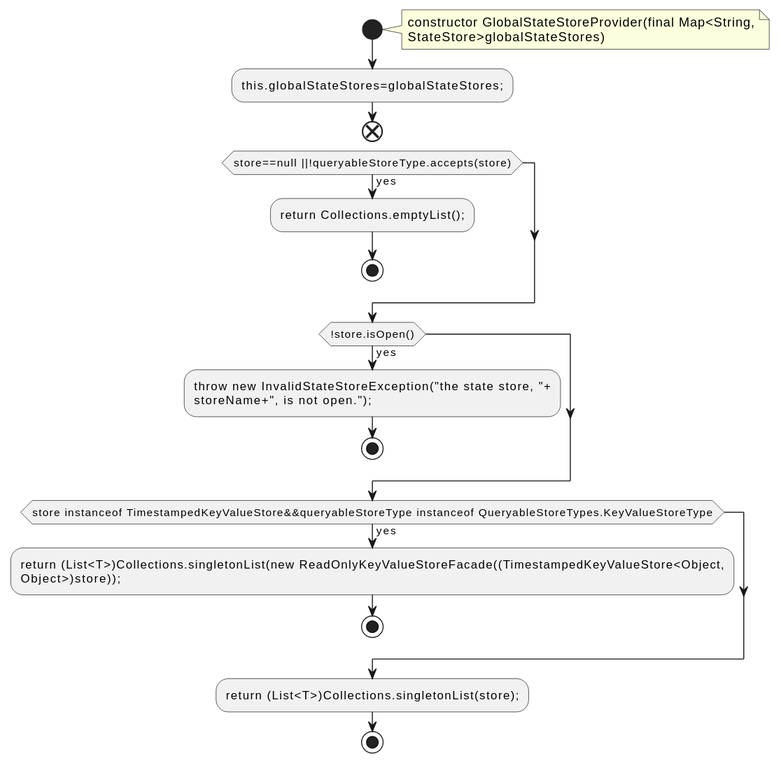
This is docs/qc/streams/src/main/java/org/apache/kafka/streams/state/internals/GlobalStateStoreProvider.java.fct.svg from qualitesys/kafka, a PlantUML export, as it was before one commit.
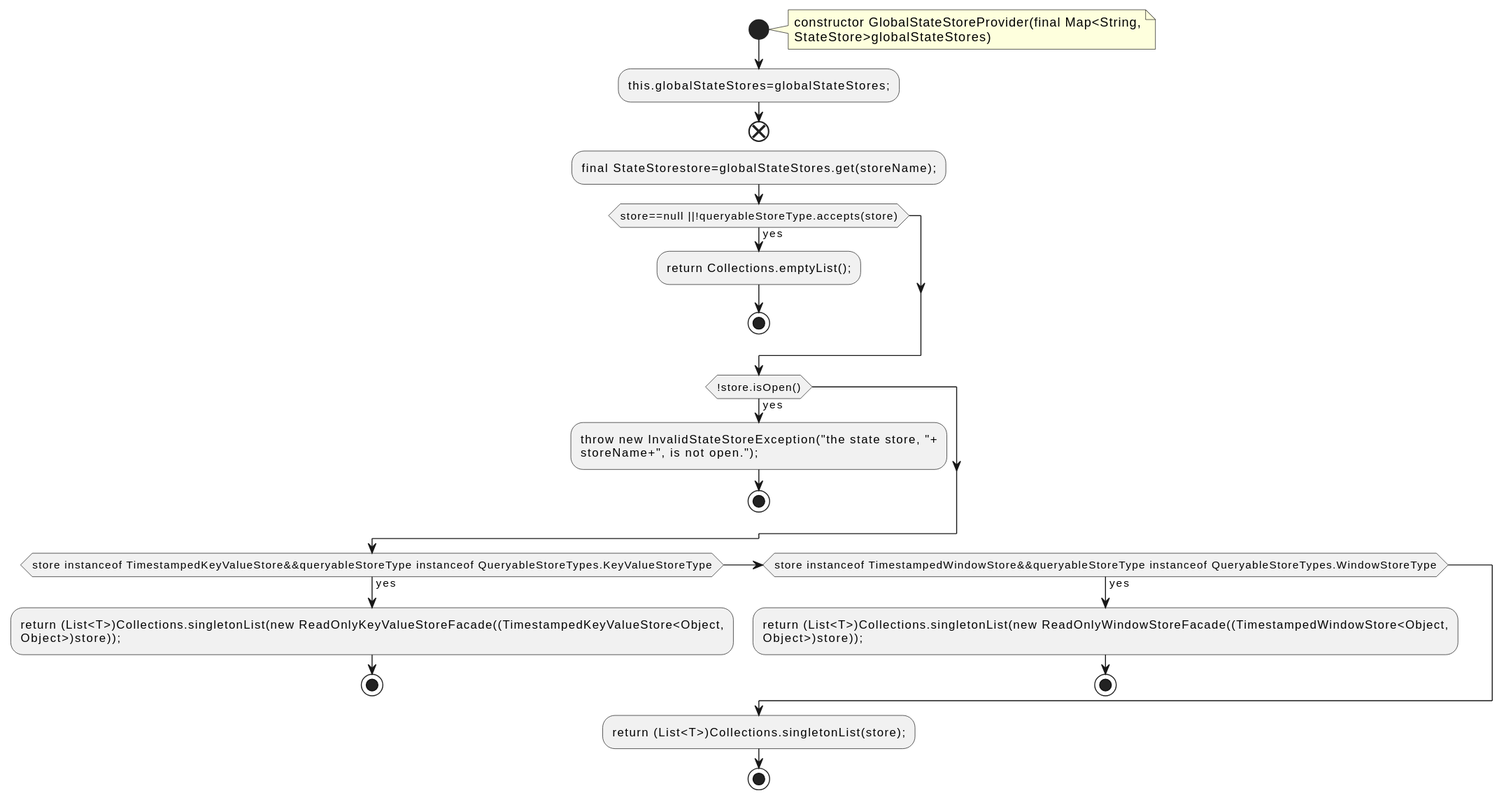
After the commit.

The edit, as a diff of the source:
```diff
@@ -7,6 +7,7 @@
 end note
 :this.globalStateStores=globalStateStores;;
 end
+:final StateStorestore=globalStateStores.get(storeName);;
 if (store==null ||!queryableStoreType.accepts(store)) then (yes)
 :return Collections.emptyList();;
 stop
@@ -20,6 +21,10 @@
 :return (List<T>)Collections.singletonList(new ReadOnlyKeyValueStoreFacade((TimestampedKeyValueStore<Object,
 Object>)store));;
 stop
+else if (store instanceof TimestampedWindowStore&&queryableStoreType instanceof QueryableStoreTypes.WindowStoreType) then (yes)
+:return (List<T>)Collections.singletonList(new ReadOnlyWindowStoreFacade((TimestampedWindowStore<Object,
+Object>)store));;
+stop
 endif
 :return (List<T>)Collections.singletonList(store);;
 stop
```
